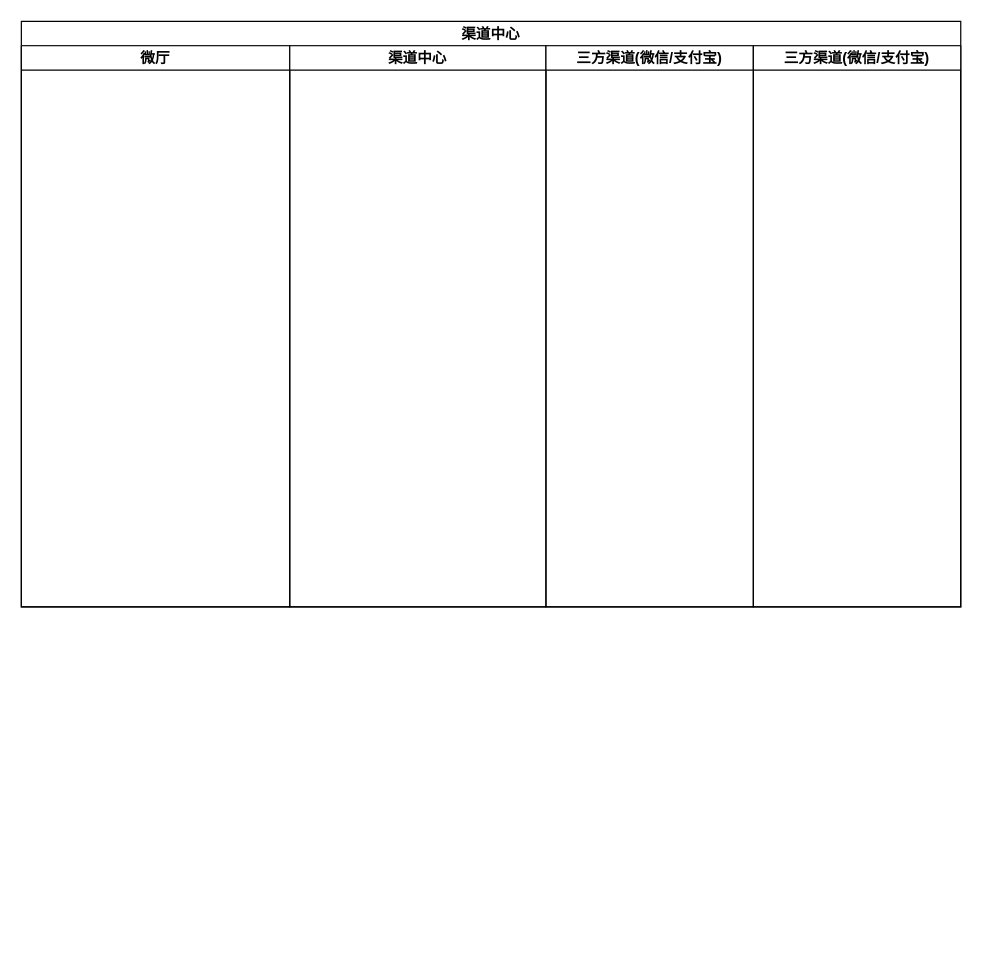
springcloud-boot/draw.io keeps this draw.io diagram as 工作项目/鉴权中心.drawio. Above is the earlier version. Source tidied: cells renumbered, new cells numbered last; positions are measured from the earlier drawing's top-left corner, leaving out a move shared by most shapes. Both pictures are drawn from the tidied source at 122%, with x=0, y=0 at pixel (21, 21).
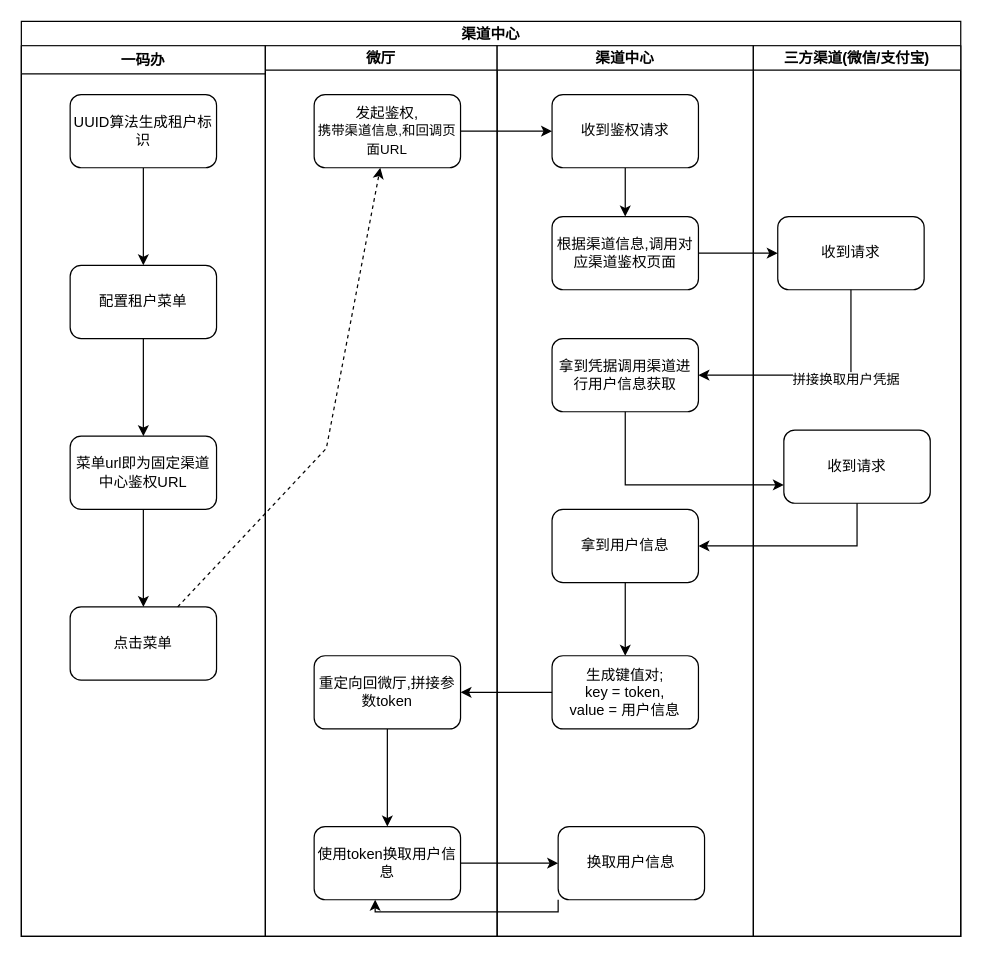
The same diagram, later.

Commit message:
更新鉴权中心.drawio

Diff of the diagram source:
```diff
@@
     <mxCell id="2" value="渠道中心" style="swimlane;startSize=20;" parent="1" vertex="1">
-      <mxGeometry width="770" height="480" as="geometry" />
+      <mxGeometry width="770" height="750" as="geometry" />
     </mxCell>
+    <mxCell id="7" value="一码办" style="swimlane;" parent="2" vertex="1">
+      <mxGeometry y="20" width="200" height="730" as="geometry" />
+    </mxCell>
+    <mxCell id="8" style="edgeStyle=orthogonalEdgeStyle;rounded=0;jettySize=auto;html=1;" parent="7" edge="1" source="9" target="11">
+      <mxGeometry relative="1" as="geometry" />
+    </mxCell>
+    <mxCell id="9" value="UUID算法生成租户标识" style="rounded=1;whiteSpace=wrap;html=1;" parent="7" vertex="1">
+      <mxGeometry x="40" y="40" width="120" height="60" as="geometry" />
+    </mxCell>
+    <mxCell id="10" style="edgeStyle=orthogonalEdgeStyle;rounded=0;jettySize=auto;html=1;" parent="7" edge="1" source="11" target="13">
+      <mxGeometry relative="1" as="geometry" />
+    </mxCell>
+    <mxCell id="11" value="配置租户菜单" style="rounded=1;whiteSpace=wrap;html=1;" parent="7" vertex="1">
+      <mxGeometry x="40" y="180" width="120" height="60" as="geometry" />
+    </mxCell>
+    <mxCell id="12" style="edgeStyle=orthogonalEdgeStyle;rounded=0;jettySize=auto;html=1;" parent="7" edge="1" source="13" target="14">
+      <mxGeometry relative="1" as="geometry" />
+    </mxCell>
+    <mxCell id="13" value="菜单url即为固定渠道中心鉴权URL" style="rounded=1;whiteSpace=wrap;html=1;" parent="7" vertex="1">
+      <mxGeometry x="40" y="320" width="120" height="60" as="geometry" />
+    </mxCell>
+    <mxCell id="14" value="点击菜单" style="rounded=1;whiteSpace=wrap;html=1;" parent="7" vertex="1">
+      <mxGeometry x="40" y="460" width="120" height="60" as="geometry" />
+    </mxCell>
     <mxCell id="3" value="微厅" style="swimlane;startSize=20;" parent="2" vertex="1">
-      <mxGeometry y="20" width="220" height="460" as="geometry" />
+      <mxGeometry x="200" y="20" width="190" height="730" as="geometry" />
     </mxCell>
+    <mxCell id="15" value="发起鉴权,&lt;br&gt;&lt;span style=&quot;font-size: 11px; background-color: rgb(255, 255, 255);&quot;&gt;携带渠道信息,和回调页面URL&lt;/span&gt;" style="rounded=1;whiteSpace=wrap;html=1;" parent="3" vertex="1">
+      <mxGeometry x="40" y="40" width="120" height="60" as="geometry" />
+    </mxCell>
+    <mxCell id="16" style="edgeStyle=orthogonalEdgeStyle;rounded=0;jettySize=auto;html=1;" parent="3" edge="1" source="17" target="18">
+      <mxGeometry relative="1" as="geometry" />
+    </mxCell>
+    <mxCell id="17" value="重定向回微厅,拼接参数token" style="rounded=1;whiteSpace=wrap;html=1;" parent="3" vertex="1">
+      <mxGeometry x="40" y="500" width="120" height="60" as="geometry" />
+    </mxCell>
+    <mxCell id="18" value="使用token换取用户信息" style="rounded=1;whiteSpace=wrap;html=1;" parent="3" vertex="1">
+      <mxGeometry x="40" y="640" width="120" height="60" as="geometry" />
+    </mxCell>
     <mxCell id="4" value="渠道中心" style="swimlane;startSize=20;" parent="2" vertex="1">
-      <mxGeometry x="220" y="20" width="210" height="460" as="geometry" />
+      <mxGeometry x="390" y="20" width="210" height="730" as="geometry" />
     </mxCell>
+    <mxCell id="19" style="edgeStyle=orthogonalEdgeStyle;rounded=0;jettySize=auto;html=1;" parent="4" edge="1" source="20" target="21">
+      <mxGeometry relative="1" as="geometry" />
+    </mxCell>
+    <mxCell id="20" value="收到鉴权请求" style="rounded=1;whiteSpace=wrap;html=1;" parent="4" vertex="1">
+      <mxGeometry x="45" y="40" width="120" height="60" as="geometry" />
+    </mxCell>
+    <mxCell id="21" value="根据渠道信息,调用对应渠道鉴权页面" style="rounded=1;whiteSpace=wrap;html=1;" parent="4" vertex="1">
+      <mxGeometry x="45" y="140" width="120" height="60" as="geometry" />
+    </mxCell>
+    <mxCell id="22" value="拿到凭据调用渠道进行用户信息获取" style="rounded=1;whiteSpace=wrap;html=1;" parent="4" vertex="1">
+      <mxGeometry x="45" y="240" width="120" height="60" as="geometry" />
+    </mxCell>
+    <mxCell id="23" style="edgeStyle=orthogonalEdgeStyle;rounded=0;jettySize=auto;html=1;" parent="4" edge="1" source="24" target="25">
+      <mxGeometry relative="1" as="geometry" />
+    </mxCell>
+    <mxCell id="24" value="拿到用户信息" style="rounded=1;whiteSpace=wrap;html=1;" parent="4" vertex="1">
+      <mxGeometry x="45" y="380" width="120" height="60" as="geometry" />
+    </mxCell>
+    <mxCell id="25" value="生成键值对;&lt;br&gt;key = token,&lt;br&gt;value = 用户信息" style="rounded=1;whiteSpace=wrap;html=1;" parent="4" vertex="1">
+      <mxGeometry x="45" y="500" width="120" height="60" as="geometry" />
+    </mxCell>
+    <mxCell id="26" value="换取用户信息" style="rounded=1;whiteSpace=wrap;html=1;" parent="4" vertex="1">
+      <mxGeometry x="50" y="640" width="120" height="60" as="geometry" />
+    </mxCell>
     <mxCell id="5" value="三方渠道(微信/支付宝)" style="swimlane;startSize=20;" parent="2" vertex="1">
-      <mxGeometry x="430" y="20" width="170" height="460" as="geometry" />
+      <mxGeometry x="600" y="20" width="170" height="730" as="geometry" />
     </mxCell>
-    <mxCell id="6" value="三方渠道(微信/支付宝)" style="swimlane;startSize=20;" parent="2" vertex="1">
-      <mxGeometry x="600" y="20" width="170" height="460" as="geometry" />
-    </mxCell>
+    <mxCell id="27" value="收到请求" style="rounded=1;whiteSpace=wrap;html=1;" parent="5" vertex="1">
+      <mxGeometry x="20" y="140" width="120" height="60" as="geometry" />
+    </mxCell>
+    <mxCell id="28" value="收到请求" style="rounded=1;whiteSpace=wrap;html=1;" parent="5" vertex="1">
+      <mxGeometry x="25" y="315" width="120" height="60" as="geometry" />
+    </mxCell>
+    <mxCell id="29" style="edgeStyle=orthogonalEdgeStyle;rounded=0;jettySize=auto;html=1;" parent="2" edge="1" source="15" target="20">
+      <mxGeometry relative="1" as="geometry" />
+    </mxCell>
+    <mxCell id="30" style="edgeStyle=orthogonalEdgeStyle;rounded=0;jettySize=auto;html=1;" parent="2" edge="1" source="21" target="27">
+      <mxGeometry relative="1" as="geometry" />
+    </mxCell>
+    <mxCell id="31" style="edgeStyle=orthogonalEdgeStyle;rounded=0;jettySize=auto;html=1;" parent="2" edge="1" source="27" target="22">
+      <mxGeometry relative="1" as="geometry">
+        <Array as="points">
+          <mxPoint x="680" y="290" />
+        </Array>
+      </mxGeometry>
+    </mxCell>
+    <mxCell id="32" value="拼接换取用户凭据" style="edgeLabel;html=1;align=center;verticalAlign=middle;" parent="31" vertex="1">
+      <mxGeometry x="-0.23" y="3" relative="1" as="geometry" />
+    </mxCell>
+    <mxCell id="33" style="edgeStyle=orthogonalEdgeStyle;rounded=0;jettySize=auto;html=1;" parent="2" edge="1" source="22" target="28">
+      <mxGeometry relative="1" as="geometry">
+        <Array as="points">
+          <mxPoint x="495" y="380" />
+        </Array>
+      </mxGeometry>
+    </mxCell>
+    <mxCell id="34" style="edgeStyle=orthogonalEdgeStyle;rounded=0;jettySize=auto;html=1;entryX=1;entryY=0.5;entryDx=0;entryDy=0;" parent="2" edge="1" source="28" target="24">
+      <mxGeometry relative="1" as="geometry">
+        <Array as="points">
+          <mxPoint x="685" y="430" />
+        </Array>
+      </mxGeometry>
+    </mxCell>
+    <mxCell id="35" style="edgeStyle=orthogonalEdgeStyle;rounded=0;jettySize=auto;html=1;" parent="2" edge="1" source="25" target="17">
+      <mxGeometry relative="1" as="geometry" />
+    </mxCell>
+    <mxCell id="36" style="edgeStyle=orthogonalEdgeStyle;rounded=0;jettySize=auto;html=1;" parent="2" edge="1" source="18" target="26">
+      <mxGeometry relative="1" as="geometry" />
+    </mxCell>
+    <mxCell id="37" style="edgeStyle=orthogonalEdgeStyle;rounded=0;jettySize=auto;html=1;exitX=0;exitY=1;exitDx=0;exitDy=0;" parent="2" edge="1" source="26" target="18">
+      <mxGeometry relative="1" as="geometry">
+        <Array as="points">
+          <mxPoint x="440" y="730" />
+          <mxPoint x="290" y="730" />
+        </Array>
+      </mxGeometry>
+    </mxCell>
+    <mxCell id="38" style="rounded=0;jettySize=auto;html=1;dashed=1;" parent="2" edge="1" source="14" target="15">
+      <mxGeometry relative="1" as="geometry">
+        <Array as="points">
+          <mxPoint x="250" y="350" />
+        </Array>
+      </mxGeometry>
+    </mxCell>
```
